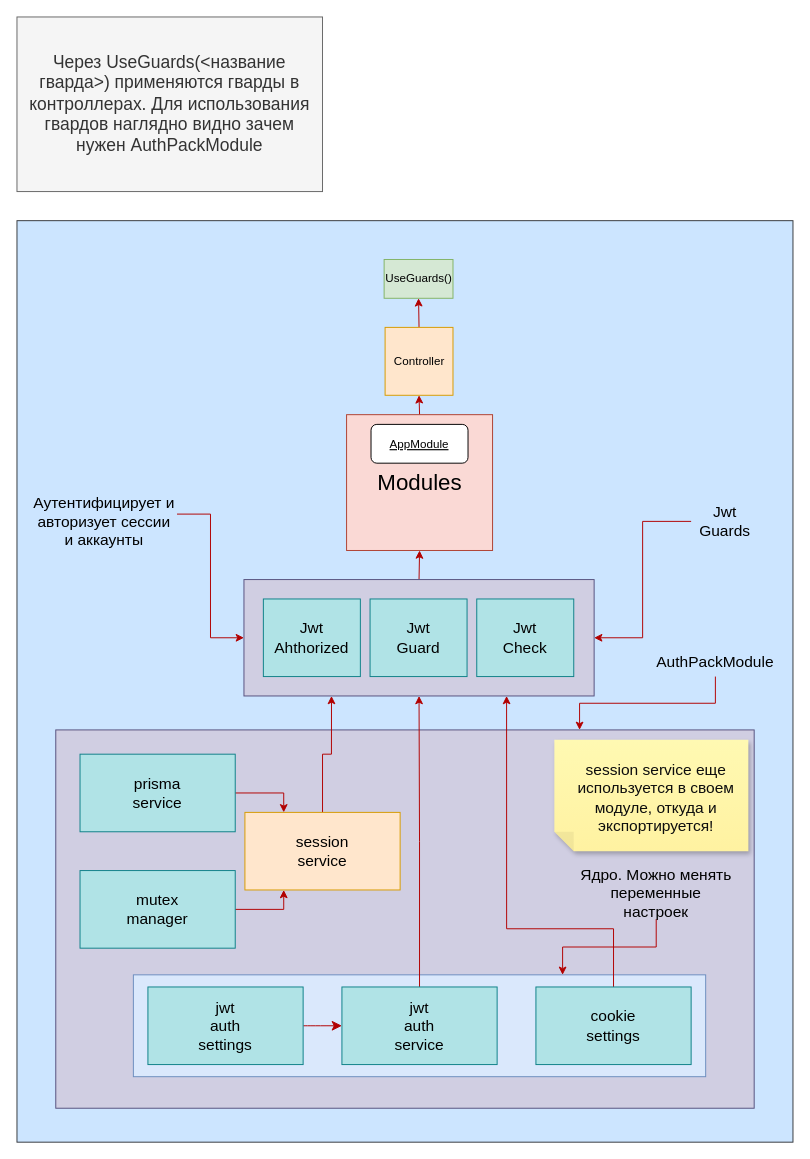
Earlier version of the draw.io diagram page "AuthPackModule" (1 of 2) of documentation/Relations.drawio (IsaTalantbek/nestjs-monolith). Source tidied: cells renumbered, new cells numbered last; positions are measured from the earlier drawing's top-left corner, leaving out a move shared by most shapes. Both pictures are drawn from the tidied source at 97%, with x=0, y=0 at pixel (16, 16).
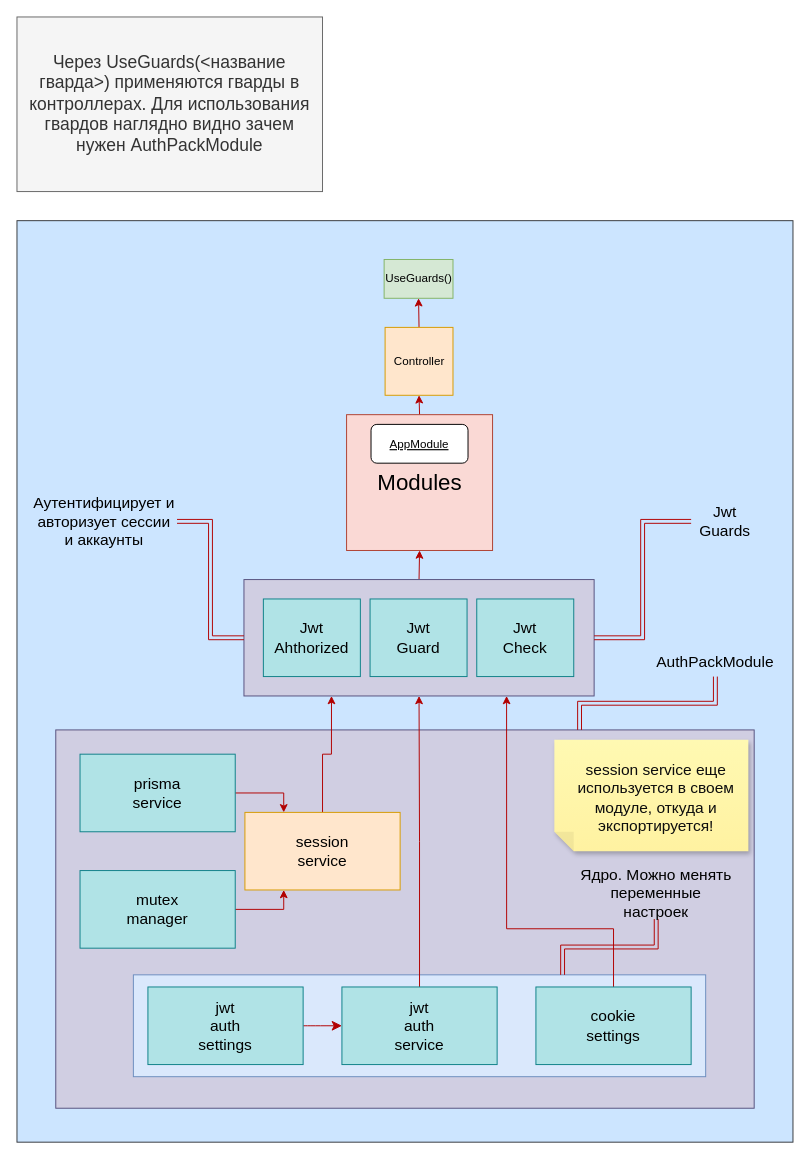
After the change.

Unchanged cells that the change refers to:
```xml
<mxCell id="4" style="whiteSpace=wrap;html=1;fontSize=23;fillColor=#d0cee2;strokeColor=#56517e;" parent="1" vertex="1">
  <mxGeometry x="234" y="580" width="361" height="120" as="geometry" />
</mxCell>
<mxCell id="5" style="rounded=0;whiteSpace=wrap;html=1;fillColor=#d0cee2;strokeColor=#56517e;" parent="1" vertex="1">
  <mxGeometry x="40" y="735" width="720" height="390" as="geometry" />
</mxCell>
<mxCell id="6" style="whiteSpace=wrap;html=1;fillColor=#dae8fc;strokeColor=#6c8ebf;" parent="1" vertex="1">
  <mxGeometry x="120" y="987.5" width="590" height="105" as="geometry" />
</mxCell>
<mxCell id="29" value="AuthPackModule" style="text;strokeColor=none;align=center;fillColor=none;html=1;verticalAlign=middle;whiteSpace=wrap;rounded=0;fontSize=16;fontColor=#000000;" parent="1" vertex="1">
  <mxGeometry x="690" y="650" width="60" height="30" as="geometry" />
</mxCell>
<mxCell id="33" value="Аутентифицирует и авторизует сессии и аккаунты" style="text;strokeColor=none;fillColor=none;html=1;align=center;verticalAlign=middle;whiteSpace=wrap;rounded=0;fontSize=16;fontColor=#000000;" parent="1" vertex="1">
  <mxGeometry x="15" y="505" width="150" height="30" as="geometry" />
</mxCell>
<mxCell id="35" value="Ядро. Можно менять переменные настроек" style="text;strokeColor=none;fillColor=none;html=1;align=center;verticalAlign=middle;whiteSpace=wrap;rounded=0;fontSize=16;fontColor=#000000;" parent="1" vertex="1">
  <mxGeometry x="579" y="875" width="160" height="55" as="geometry" />
</mxCell>
<mxCell id="41" value="Jwt&lt;br&gt;Guards" style="text;strokeColor=none;align=center;fillColor=none;html=1;verticalAlign=middle;whiteSpace=wrap;rounded=0;fontSize=16;fontColor=#000000;" parent="1" vertex="1">
  <mxGeometry x="695" y="490" width="70" height="60" as="geometry" />
</mxCell>
```

Diff of the diagram source:
```diff
@@
-    <mxCell id="28" style="edgeStyle=orthogonalEdgeStyle;rounded=0;jettySize=auto;html=1;exitX=0.5;exitY=1;exitDx=0;exitDy=0;entryX=0.75;entryY=0;entryDx=0;entryDy=0;fillColor=#e51400;strokeColor=#B20000;" parent="1" edge="1" source="29" target="5">
+    <mxCell id="28" style="edgeStyle=orthogonalEdgeStyle;shape=link;rounded=0;jettySize=auto;html=1;exitX=0.5;exitY=1;exitDx=0;exitDy=0;entryX=0.75;entryY=0;entryDx=0;entryDy=0;fillColor=#e51400;strokeColor=#B20000;" parent="1" edge="1" source="29" target="5">
       <mxGeometry relative="1" as="geometry" />
     </mxCell>
@@
-    <mxCell id="32" style="edgeStyle=orthogonalEdgeStyle;rounded=0;jettySize=auto;html=1;exitX=1;exitY=0.25;exitDx=0;exitDy=0;entryX=0;entryY=0.5;entryDx=0;entryDy=0;fillColor=#e51400;strokeColor=#B20000;" parent="1" edge="1" source="33" target="4">
+    <mxCell id="32" style="edgeStyle=orthogonalEdgeStyle;shape=link;rounded=0;jettySize=auto;html=1;exitX=1;exitY=0.5;exitDx=0;exitDy=0;entryX=0;entryY=0.5;entryDx=0;entryDy=0;fillColor=#e51400;strokeColor=#B20000;" parent="1" edge="1" source="33" target="4">
       <mxGeometry relative="1" as="geometry" />
     </mxCell>
@@
-    <mxCell id="34" style="edgeStyle=orthogonalEdgeStyle;rounded=0;jettySize=auto;html=1;exitX=0.5;exitY=1;exitDx=0;exitDy=0;entryX=0.75;entryY=0;entryDx=0;entryDy=0;fillColor=#e51400;strokeColor=#B20000;" parent="1" edge="1" source="35" target="6">
+    <mxCell id="34" style="edgeStyle=orthogonalEdgeStyle;shape=link;rounded=0;jettySize=auto;html=1;exitX=0.5;exitY=1;exitDx=0;exitDy=0;entryX=0.75;entryY=0;entryDx=0;entryDy=0;fillColor=#e51400;strokeColor=#B20000;" parent="1" edge="1" source="35" target="6">
       <mxGeometry relative="1" as="geometry" />
     </mxCell>
@@
-    <mxCell id="40" style="edgeStyle=orthogonalEdgeStyle;rounded=0;jettySize=auto;html=1;exitX=0;exitY=0.5;exitDx=0;exitDy=0;entryX=1;entryY=0.5;entryDx=0;entryDy=0;fillColor=#e51400;strokeColor=#B20000;" parent="1" edge="1" source="41" target="4">
+    <mxCell id="40" style="edgeStyle=orthogonalEdgeStyle;shape=link;rounded=0;jettySize=auto;html=1;exitX=0;exitY=0.5;exitDx=0;exitDy=0;entryX=1;entryY=0.5;entryDx=0;entryDy=0;fillColor=#e51400;strokeColor=#B20000;" parent="1" edge="1" source="41" target="4">
       <mxGeometry relative="1" as="geometry" />
     </mxCell>
```
